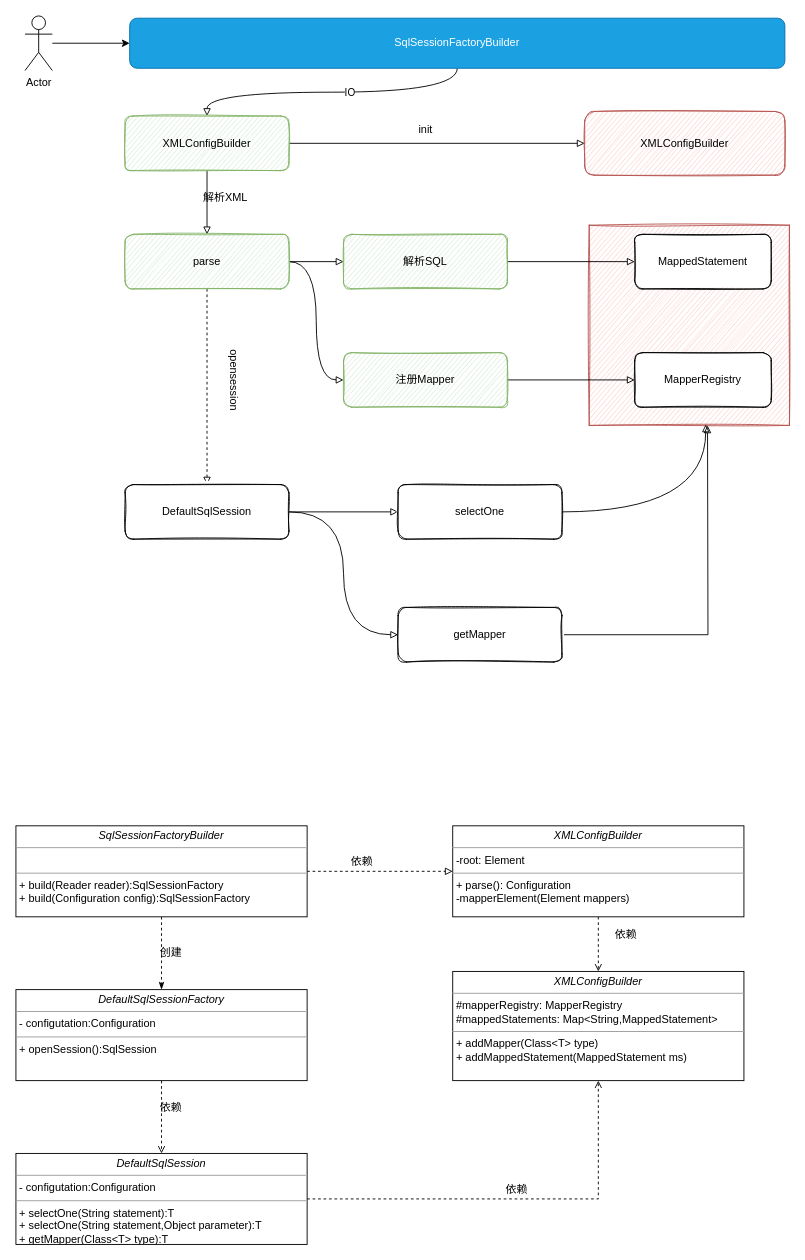
This is 4.Mapper XML的解析和注册使用.drawio from oat1314/mybatis-draw, a draw.io file, before an edit. Source tidied: cells renumbered, new cells numbered last; positions are measured from the earlier drawing's top-left corner, leaving out a move shared by most shapes. Both pictures are drawn from the tidied source at 91%, with x=0, y=0 at pixel (15, 15).
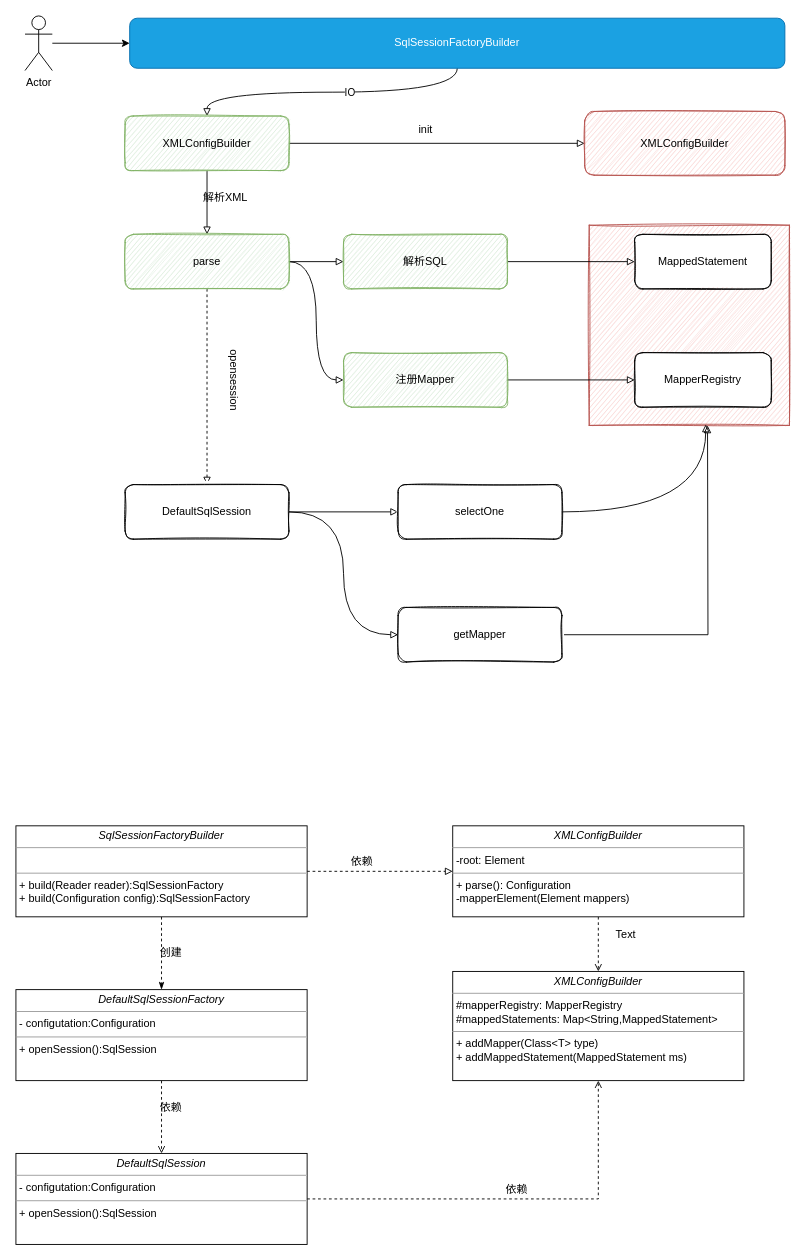
After the change.

Commit message:
更新4.Mapper XML的解析和注册使用.drawio

Diff of the diagram source:
```diff
@@
-    <mxCell id="43" value="&lt;p style=&quot;margin:0px;margin-top:4px;text-align:center;&quot;&gt;&lt;i&gt;DefaultSqlSession&lt;/i&gt;&lt;/p&gt;&lt;hr size=&quot;1&quot;&gt;&lt;p style=&quot;margin:0px;margin-left:4px;&quot;&gt;- configutation:Configuration&lt;/p&gt;&lt;hr size=&quot;1&quot;&gt;&lt;p style=&quot;margin:0px;margin-left:4px;&quot;&gt;+ selectOne(String statement):T&lt;/p&gt;&lt;p style=&quot;margin:0px;margin-left:4px;&quot;&gt;+ selectOne(String statement,Object parameter):T&lt;/p&gt;&lt;p style=&quot;margin:0px;margin-left:4px;&quot;&gt;+ getMapper(Class&amp;lt;T&amp;gt; type):T&lt;/p&gt;" style="verticalAlign=top;align=left;overflow=fill;fontSize=12;fontFamily=Helvetica;html=1;rounded=0;shadow=0;glass=0;sketch=0;gradientColor=none;" parent="1" vertex="1">
+    <mxCell id="43" value="&lt;p style=&quot;margin:0px;margin-top:4px;text-align:center;&quot;&gt;&lt;i&gt;DefaultSqlSession&lt;/i&gt;&lt;/p&gt;&lt;hr size=&quot;1&quot;&gt;&lt;p style=&quot;margin:0px;margin-left:4px;&quot;&gt;- configutation:Configuration&lt;/p&gt;&lt;hr size=&quot;1&quot;&gt;&lt;p style=&quot;margin:0px;margin-left:4px;&quot;&gt;+ openSession():SqlSession&lt;/p&gt;" style="verticalAlign=top;align=left;overflow=fill;fontSize=12;fontFamily=Helvetica;html=1;rounded=0;shadow=0;glass=0;sketch=0;gradientColor=none;" parent="1" vertex="1">
       <mxGeometry y="1250" width="320" height="100" as="geometry" />
     </mxCell>
@@
-    <mxCell id="46" value="依赖" style="text;html=1;align=center;verticalAlign=middle;strokeColor=none;fillColor=none;" parent="1" vertex="1">
-      <mxGeometry x="645" y="995" width="50" height="30" as="geometry" />
+    <mxCell id="46" value="Text" style="text;html=1;align=center;verticalAlign=middle;strokeColor=none;fillColor=none;" parent="1" vertex="1">
+      <mxGeometry x="650" y="1000" width="40" height="20" as="geometry" />
     </mxCell>
```
